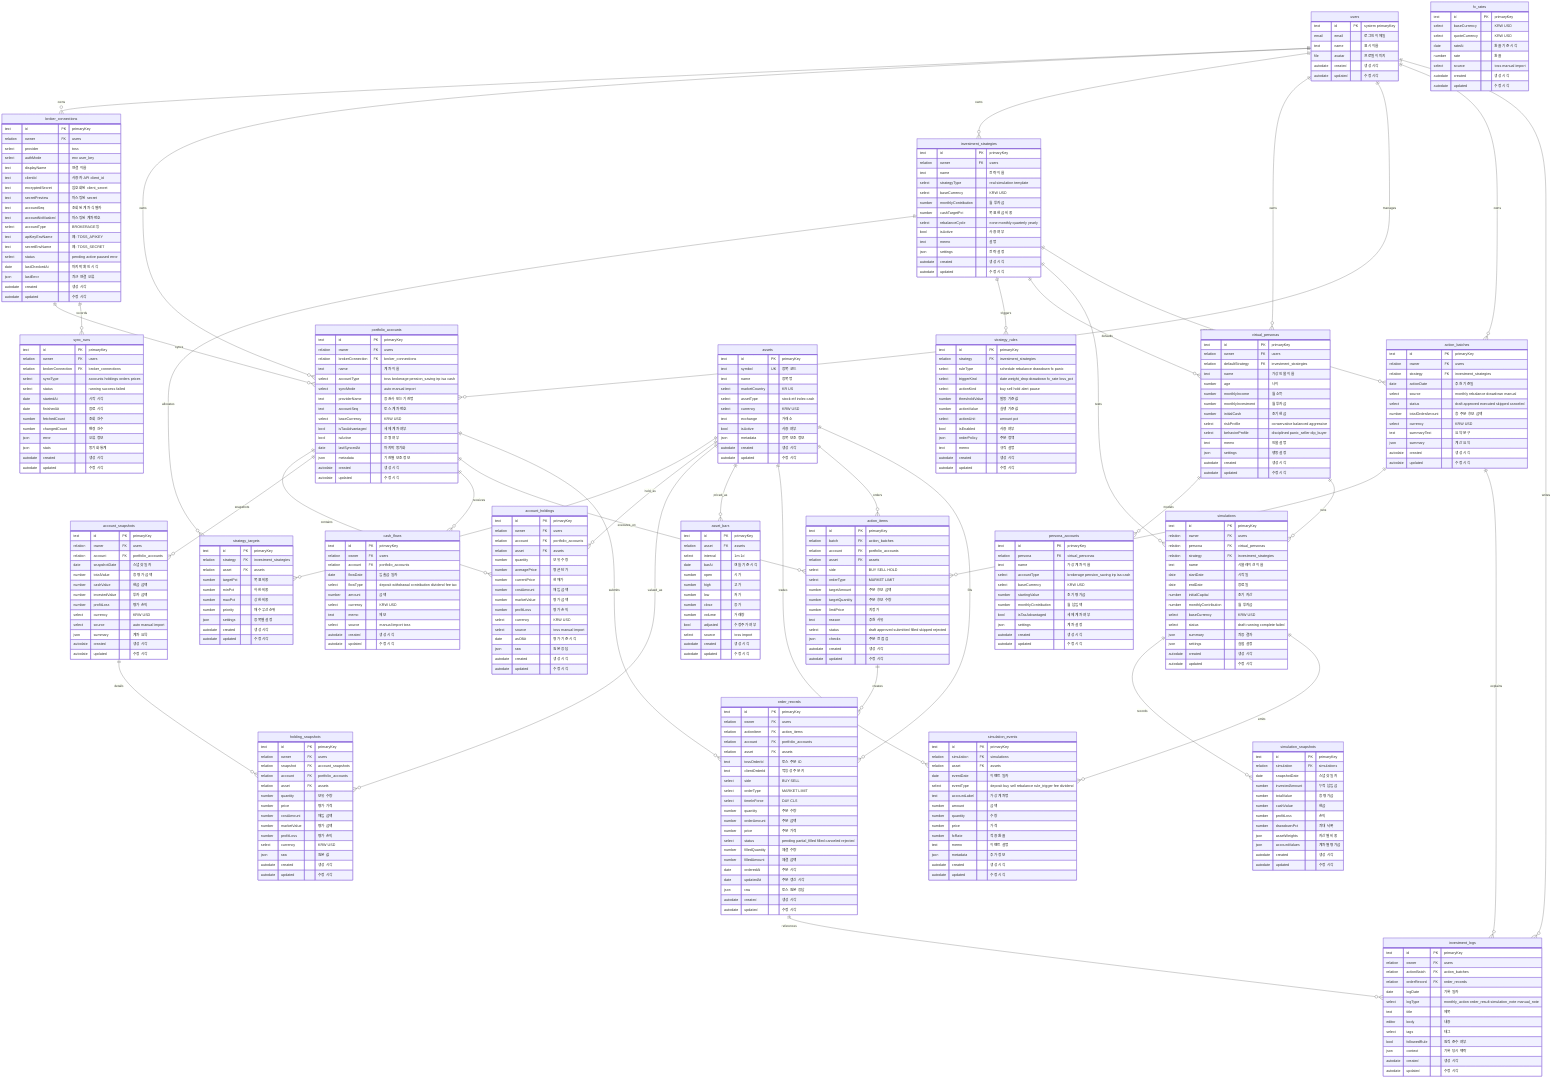
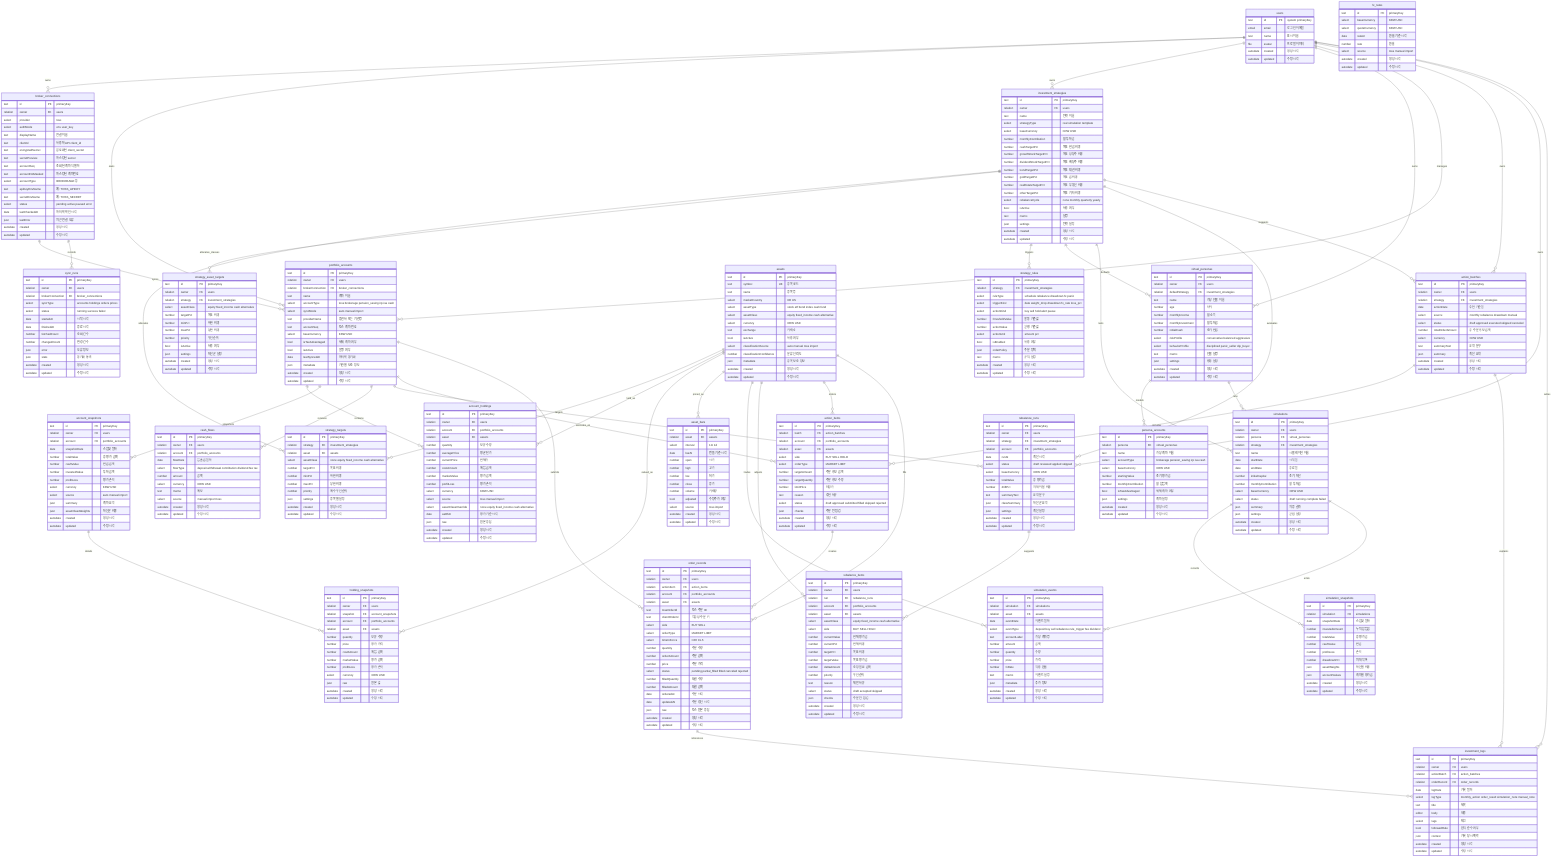
erDiagram
  %% SeedLab 초기 스키마 설계입니다.
  %% 목적: 실제 계좌 운영, 수동 계좌 보완, 가상 인물 백테스트, 주문 후보 생성을 한 흐름으로 연결합니다.
  %% 원칙: 사용자별 API secret은 암호화해서 저장하고, 화면에는 마스킹 값만 노출합니다.

  users ||--o{ broker_connections : owns
  users ||--o{ portfolio_accounts : owns
  broker_connections ||--o{ portfolio_accounts : syncs
  broker_connections ||--o{ sync_runs : records

  users ||--o{ investment_strategies : owns
  investment_strategies ||--o{ strategy_targets : allocates
+   investment_strategies ||--o{ strategy_asset_targets : allocates_classes
  investment_strategies ||--o{ strategy_rules : triggers
  assets ||--o{ strategy_targets : targets

  users ||--o{ virtual_personas : owns
  investment_strategies ||--o{ virtual_personas : defaults
  virtual_personas ||--o{ persona_accounts : models
  virtual_personas ||--o{ simulations : runs
  investment_strategies ||--o{ simulations : tests

  users ||--o{ portfolio_accounts : manages
  portfolio_accounts ||--o{ account_holdings : contains
  portfolio_accounts ||--o{ account_snapshots : snapshots
  portfolio_accounts ||--o{ cash_flows : receives
  account_snapshots ||--o{ holding_snapshots : details

  assets ||--o{ account_holdings : held_as
  assets ||--o{ holding_snapshots : valued_as
  assets ||--o{ asset_bars : priced_as

  simulations ||--o{ simulation_snapshots : records
  simulations ||--o{ simulation_events : emits
  assets ||--o{ simulation_events : trades

  users ||--o{ action_batches : owns
+   users ||--o{ rebalance_runs : owns
+   rebalance_runs ||--o{ rebalance_items : suggests
+   investment_strategies ||--o{ rebalance_runs : evaluates
+   portfolio_accounts ||--o{ rebalance_runs : scopes
+   assets ||--o{ rebalance_items : adjusts
  investment_strategies ||--o{ action_batches : suggests
  action_batches ||--o{ action_items : includes
  portfolio_accounts ||--o{ action_items : executes_on
  assets ||--o{ action_items : orders

  action_items ||--o{ order_records : creates
  portfolio_accounts ||--o{ order_records : submits
  assets ||--o{ order_records : fills

  users ||--o{ investment_logs : writes
  action_batches ||--o{ investment_logs : explains
  order_records ||--o{ investment_logs : references

  users {
    text id PK "system primaryKey"
    email email "로그인 이메일"
    text name "표시 이름"
    file avatar "프로필 이미지"
    autodate created "생성 시각"
    autodate updated "수정 시각"
  }

  broker_connections {
    text id PK "primaryKey"
    relation owner FK "users"
    select provider "toss"
    select authMode "env user_key"
    text displayName "연결 이름"
    text clientId "사용자 API client_id"
    text encryptedSecret "암호화된 client_secret"
    text secretPreview "마스킹된 secret"
    text accountSeq "조회된 계좌 식별자"
    text accountNoMasked "마스킹된 계좌번호"
    select accountType "BROKERAGE 등"
    text apiKeyEnvName "예: TOSS_APIKEY"
    text secretEnvName "예: TOSS_SECRET"
    select status "pending active paused error"
    date lastCheckedAt "마지막 확인 시각"
    json lastError "최근 연결 오류"
    autodate created "생성 시각"
    autodate updated "수정 시각"
  }

  sync_runs {
    text id PK "primaryKey"
    relation owner FK "users"
    relation brokerConnection FK "broker_connections"
    select syncType "accounts holdings orders prices"
    select status "running success failed"
    date startedAt "시작 시각"
    date finishedAt "종료 시각"
    number fetchedCount "조회 건수"
    number changedCount "변경 건수"
    json error "오류 정보"
    json stats "동기화 통계"
    autodate created "생성 시각"
    autodate updated "수정 시각"
  }

  portfolio_accounts {
    text id PK "primaryKey"
    relation owner FK "users"
    relation brokerConnection FK "broker_connections"
    text name "계좌 이름"
    select accountType "toss brokerage pension_saving irp isa cash"
    select syncMode "auto manual import"
    text providerName "증권사 또는 기관명"
    text accountSeq "토스 계좌 번호"
    select baseCurrency "KRW USD"
    bool isTaxAdvantaged "세제 계좌 여부"
    bool isActive "운영 여부"
    date lastSyncedAt "마지막 동기화"
    json metadata "기관별 보조 정보"
    autodate created "생성 시각"
    autodate updated "수정 시각"
  }

  assets {
    text id PK "primaryKey"
    text symbol UK "종목 코드"
    text name "종목명"
    select marketCountry "KR US"
-     select assetType "stock etf index cash"
+     select assetType "stock etf bond index cash fund"
+     select assetClass "equity fixed_income cash alternative"
    select currency "KRW USD"
    text exchange "거래소"
    bool isActive "사용 여부"
+     select classificationSource "auto manual toss import"
+     number classificationConfidence "분류 신뢰도"
    json metadata "종목 보조 정보"
    autodate created "생성 시각"
    autodate updated "수정 시각"
  }

  asset_bars {
    text id PK "primaryKey"
    relation asset FK "assets"
    select interval "1m 1d"
    date barAt "캔들 기준 시각"
    number open "시가"
    number high "고가"
    number low "저가"
    number close "종가"
    number volume "거래량"
    bool adjusted "수정주가 여부"
    select source "toss import"
    autodate created "생성 시각"
    autodate updated "수정 시각"
  }

  fx_rates {
    text id PK "primaryKey"
    select baseCurrency "KRW USD"
    select quoteCurrency "KRW USD"
    date rateAt "환율 기준 시각"
    number rate "환율"
    select source "toss manual import"
    autodate created "생성 시각"
    autodate updated "수정 시각"
  }

  account_holdings {
    text id PK "primaryKey"
    relation owner FK "users"
    relation account FK "portfolio_accounts"
    relation asset FK "assets"
    number quantity "보유 수량"
    number averagePrice "평균 단가"
    number currentPrice "현재가"
    number costAmount "매입 금액"
    number marketValue "평가 금액"
    number profitLoss "평가 손익"
    select currency "KRW USD"
    select source "toss manual import"
+     select assetClassOverride "none equity fixed_income cash alternative"
    date asOfAt "평가 기준 시각"
    json raw "원본 응답"
    autodate created "생성 시각"
    autodate updated "수정 시각"
  }

  account_snapshots {
    text id PK "primaryKey"
    relation owner FK "users"
    relation account FK "portfolio_accounts"
    date snapshotDate "스냅샷 일자"
    number totalValue "총 평가 금액"
    number cashValue "현금 금액"
    number investedValue "투자 금액"
    number profitLoss "평가 손익"
    select currency "KRW USD"
    select source "auto manual import"
    json summary "계좌 요약"
+     json assetClassWeights "자산군 비중"
    autodate created "생성 시각"
    autodate updated "수정 시각"
  }

  holding_snapshots {
    text id PK "primaryKey"
    relation owner FK "users"
    relation snapshot FK "account_snapshots"
    relation account FK "portfolio_accounts"
    relation asset FK "assets"
    number quantity "보유 수량"
    number price "평가 가격"
    number costAmount "매입 금액"
    number marketValue "평가 금액"
    number profitLoss "평가 손익"
    select currency "KRW USD"
    json raw "원본 값"
    autodate created "생성 시각"
    autodate updated "수정 시각"
  }

  cash_flows {
    text id PK "primaryKey"
    relation owner FK "users"
    relation account FK "portfolio_accounts"
    date flowDate "입출금 일자"
    select flowType "deposit withdrawal contribution dividend fee tax"
    number amount "금액"
    select currency "KRW USD"
    text memo "메모"
    select source "manual import toss"
    autodate created "생성 시각"
    autodate updated "수정 시각"
  }

  investment_strategies {
    text id PK "primaryKey"
    relation owner FK "users"
    text name "전략 이름"
    select strategyType "real simulation template"
    select baseCurrency "KRW USD"
    number monthlyContribution "월 투자금"
    number cashTargetPct "목표 현금 비중"
+     number growthStockTargetPct "목표 성장주 비중"
+     number dividendStockTargetPct "목표 배당주 비중"
+     number bondTargetPct "목표 채권 비중"
+     number goldTargetPct "목표 금 비중"
+     number realEstateTargetPct "목표 부동산 비중"
+     number otherTargetPct "목표 기타 비중"
    select rebalanceCycle "none monthly quarterly yearly"
    bool isActive "사용 여부"
    text memo "설명"
    json settings "전략 설정"
    autodate created "생성 시각"
    autodate updated "수정 시각"
  }

  strategy_targets {
    text id PK "primaryKey"
    relation strategy FK "investment_strategies"
    relation asset FK "assets"
+     select assetClass "none equity fixed_income cash alternative"
    number targetPct "목표 비중"
    number minPct "하한 비중"
    number maxPct "상한 비중"
    number priority "매수 우선순위"
    json settings "종목별 설정"
+     autodate created "생성 시각"
+     autodate updated "수정 시각"
+   }
+ 
+   strategy_asset_targets {
+     text id PK "primaryKey"
+     relation owner FK "users"
+     relation strategy FK "investment_strategies"
+     select assetClass "equity fixed_income cash alternative"
+     number targetPct "목표 비중"
+     number minPct "하한 비중"
+     number maxPct "상한 비중"
+     number priority "우선순위"
+     bool isActive "사용 여부"
+     json settings "자산군 설정"
    autodate created "생성 시각"
    autodate updated "수정 시각"
  }

  strategy_rules {
    text id PK "primaryKey"
    relation strategy FK "investment_strategies"
    select ruleType "schedule rebalance drawdown fx panic"
    select triggerKind "date weight_drop drawdown fx_rate loss_pct"
    select actionKind "buy sell hold alert pause"
    number thresholdValue "발동 기준값"
    number actionValue "실행 기준값"
    select actionUnit "amount pct"
    bool isEnabled "사용 여부"
    json orderPolicy "주문 정책"
    text memo "규칙 설명"
    autodate created "생성 시각"
    autodate updated "수정 시각"
  }

  virtual_personas {
    text id PK "primaryKey"
    relation owner FK "users"
    relation defaultStrategy FK "investment_strategies"
    text name "가상 인물 이름"
    number age "나이"
    number monthlyIncome "월 소득"
    number monthlyInvestment "월 투자금"
    number initialCash "초기 현금"
    select riskProfile "conservative balanced aggressive"
    select behaviorProfile "disciplined panic_seller dip_buyer"
    text memo "인물 설명"
    json settings "행동 설정"
    autodate created "생성 시각"
    autodate updated "수정 시각"
  }

  persona_accounts {
    text id PK "primaryKey"
    relation persona FK "virtual_personas"
    text name "가상 계좌 이름"
    select accountType "brokerage pension_saving irp isa cash"
    select baseCurrency "KRW USD"
    number startingValue "초기 평가금"
    number monthlyContribution "월 납입액"
    bool isTaxAdvantaged "세제 계좌 여부"
    json settings "계좌 설정"
    autodate created "생성 시각"
    autodate updated "수정 시각"
  }

  simulations {
    text id PK "primaryKey"
    relation owner FK "users"
    relation persona FK "virtual_personas"
    relation strategy FK "investment_strategies"
    text name "시뮬레이션 이름"
    date startDate "시작일"
    date endDate "종료일"
    number initialCapital "초기 자산"
    number monthlyContribution "월 투자금"
    select baseCurrency "KRW USD"
    select status "draft running complete failed"
    json summary "최종 결과"
    json settings "실험 설정"
    autodate created "생성 시각"
    autodate updated "수정 시각"
  }

  simulation_snapshots {
    text id PK "primaryKey"
    relation simulation FK "simulations"
    date snapshotDate "스냅샷 일자"
    number investedAmount "누적 납입금"
    number totalValue "총 평가금"
    number cashValue "현금"
    number profitLoss "손익"
    number drawdownPct "최대 낙폭"
    json assetWeights "자산별 비중"
    json accountValues "계좌별 평가금"
    autodate created "생성 시각"
    autodate updated "수정 시각"
  }

  simulation_events {
    text id PK "primaryKey"
    relation simulation FK "simulations"
    relation asset FK "assets"
    date eventDate "이벤트 일자"
    select eventType "deposit buy sell rebalance rule_trigger fee dividend"
    text accountLabel "가상 계좌명"
    number amount "금액"
    number quantity "수량"
    number price "가격"
    number fxRate "적용 환율"
    text memo "이벤트 설명"
    json metadata "추가 정보"
    autodate created "생성 시각"
    autodate updated "수정 시각"
  }

  action_batches {
    text id PK "primaryKey"
    relation owner FK "users"
    relation strategy FK "investment_strategies"
    date actionDate "추천 기준일"
    select source "monthly rebalance drawdown manual"
    select status "draft approved executed skipped canceled"
    number totalOrderAmount "총 주문 후보 금액"
    select currency "KRW USD"
    text summaryText "요약 문구"
    json summary "계산 요약"
+     autodate created "생성 시각"
+     autodate updated "수정 시각"
+   }
+ 
+   rebalance_runs {
+     text id PK "primaryKey"
+     relation owner FK "users"
+     relation strategy FK "investment_strategies"
+     relation account FK "portfolio_accounts"
+     date runAt "계산 시각"
+     select status "draft reviewed applied skipped"
+     select baseCurrency "KRW USD"
+     number totalValue "총 평가금"
+     number driftPct "최대 이탈 비중"
+     text summaryText "요약 문구"
+     json classSummary "자산군 요약"
+     json settings "계산 설정"
+     autodate created "생성 시각"
+     autodate updated "수정 시각"
+   }
+ 
+   rebalance_items {
+     text id PK "primaryKey"
+     relation owner FK "users"
+     relation run FK "rebalance_runs"
+     relation account FK "portfolio_accounts"
+     relation asset FK "assets"
+     select assetClass "equity fixed_income cash alternative"
+     select side "BUY SELL HOLD"
+     number currentValue "현재 평가금"
+     number currentPct "현재 비중"
+     number targetPct "목표 비중"
+     number targetValue "목표 평가금"
+     number deltaAmount "조정 필요 금액"
+     number priority "우선순위"
+     text reason "제안 사유"
+     select status "draft accepted skipped"
+     json checks "주문 전 점검"
    autodate created "생성 시각"
    autodate updated "수정 시각"
  }

  action_items {
    text id PK "primaryKey"
    relation batch FK "action_batches"
    relation account FK "portfolio_accounts"
    relation asset FK "assets"
    select side "BUY SELL HOLD"
    select orderType "MARKET LIMIT"
    number targetAmount "주문 후보 금액"
    number targetQuantity "주문 후보 수량"
    number limitPrice "지정가"
    text reason "추천 사유"
    select status "draft approved submitted filled skipped rejected"
    json checks "주문 전 점검"
    autodate created "생성 시각"
    autodate updated "수정 시각"
  }

  order_records {
    text id PK "primaryKey"
    relation owner FK "users"
    relation actionItem FK "action_items"
    relation account FK "portfolio_accounts"
    relation asset FK "assets"
    text tossOrderId "토스 주문 ID"
    text clientOrderId "멱등성 주문 키"
    select side "BUY SELL"
    select orderType "MARKET LIMIT"
    select timeInForce "DAY CLS"
    number quantity "주문 수량"
    number orderAmount "주문 금액"
    number price "주문 가격"
    select status "pending partial_filled filled canceled rejected"
    number filledQuantity "체결 수량"
    number filledAmount "체결 금액"
    date orderedAt "주문 시각"
    date updatedAt "주문 갱신 시각"
    json raw "토스 원본 응답"
    autodate created "생성 시각"
    autodate updated "수정 시각"
  }

  investment_logs {
    text id PK "primaryKey"
    relation owner FK "users"
    relation actionBatch FK "action_batches"
    relation orderRecord FK "order_records"
    date logDate "기록 일자"
    select logType "monthly_action order_result simulation_note manual_note"
    text title "제목"
    editor body "내용"
    select tags "태그"
    bool followedRule "원칙 준수 여부"
    json context "기록 당시 맥락"
    autodate created "생성 시각"
    autodate updated "수정 시각"
  }

  %% 권장 접근 규칙
  %% - owner가 있는 컬렉션: list/view/update/delete는 owner = @request.auth.id 기준입니다.
  %% - assets, asset_bars, fx_rates: 일반 사용자는 읽기, 서버/관리자만 쓰기를 권장합니다.
  %% - broker_connections: 사용자 secret은 암호화 저장, API 응답에는 마스킹 값만 노출합니다.
  %% - order_records: 실제 주문 추적용이므로 deleteRule은 제한하는 편이 안전합니다.

  %% 권장 인덱스
  %% - broker_connections(owner, provider, accountSeq)
  %% - portfolio_accounts(owner, accountType, isActive)
  %% - assets(symbol) UNIQUE
  %% - asset_bars(asset, interval, barAt, adjusted) UNIQUE
  %% - fx_rates(baseCurrency, quoteCurrency, rateAt) UNIQUE
  %% - account_holdings(owner, account, asset) UNIQUE
  %% - account_snapshots(owner, account, snapshotDate)
  %% - strategy_targets(strategy, asset) UNIQUE
+   %% - strategy_asset_targets(strategy, assetClass) UNIQUE
+   %% - rebalance_runs(owner, status, runAt)
+   %% - rebalance_items(run, assetClass)
  %% - simulations(owner, persona, strategy, startDate, endDate)
  %% - action_batches(owner, strategy, actionDate, status)
  %% - order_records(owner, clientOrderId) UNIQUE WHERE clientOrderId != ''
